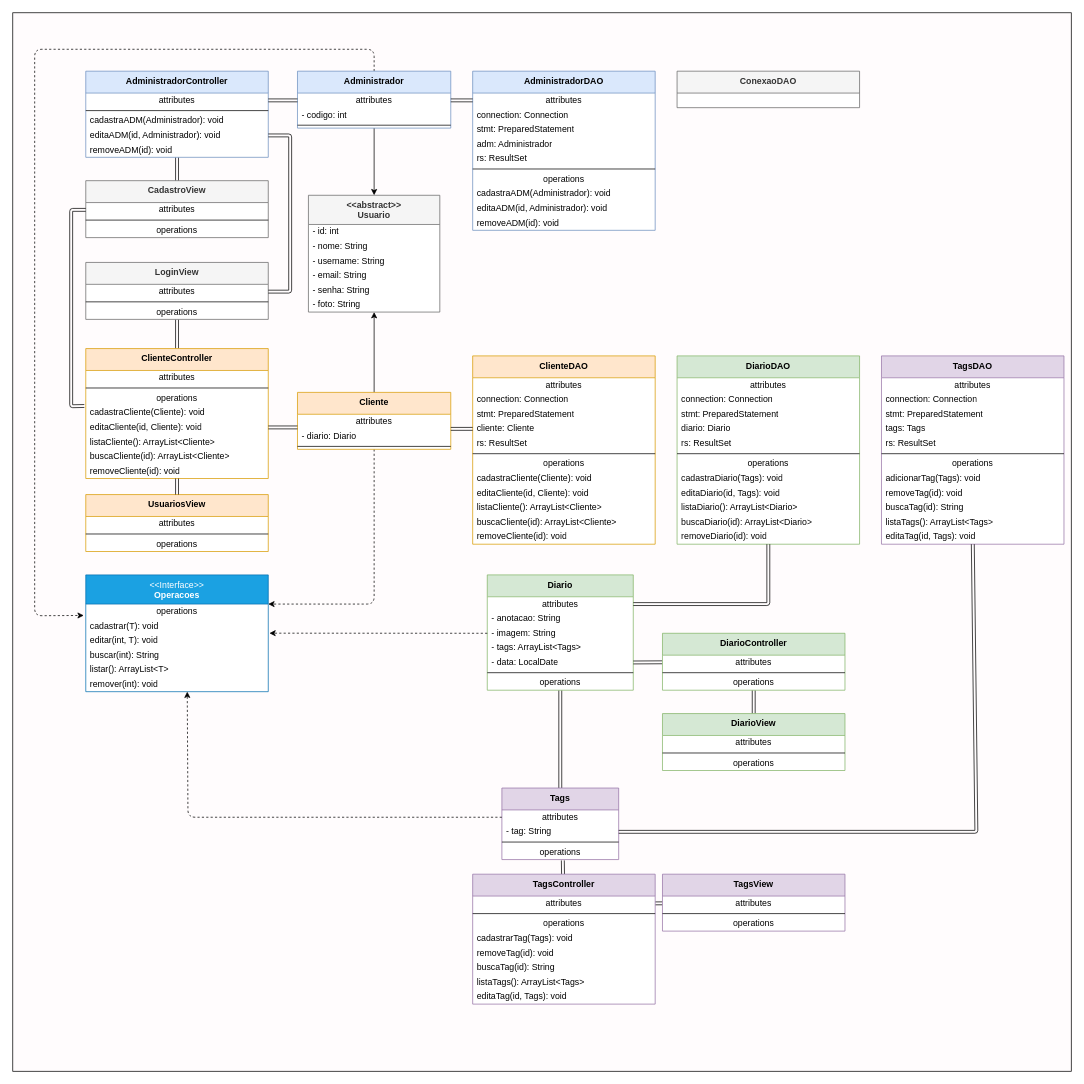
This is Documentação/diagramaUML.drawio from laisvarela/DiarioProjeto, a draw.io file, before an edit. Source tidied: cells renumbered, new cells numbered last; positions are measured from the earlier drawing's top-left corner, leaving out a move shared by most shapes. Both pictures are drawn from the tidied source at 73%, with x=0, y=0 at pixel (12, 12).
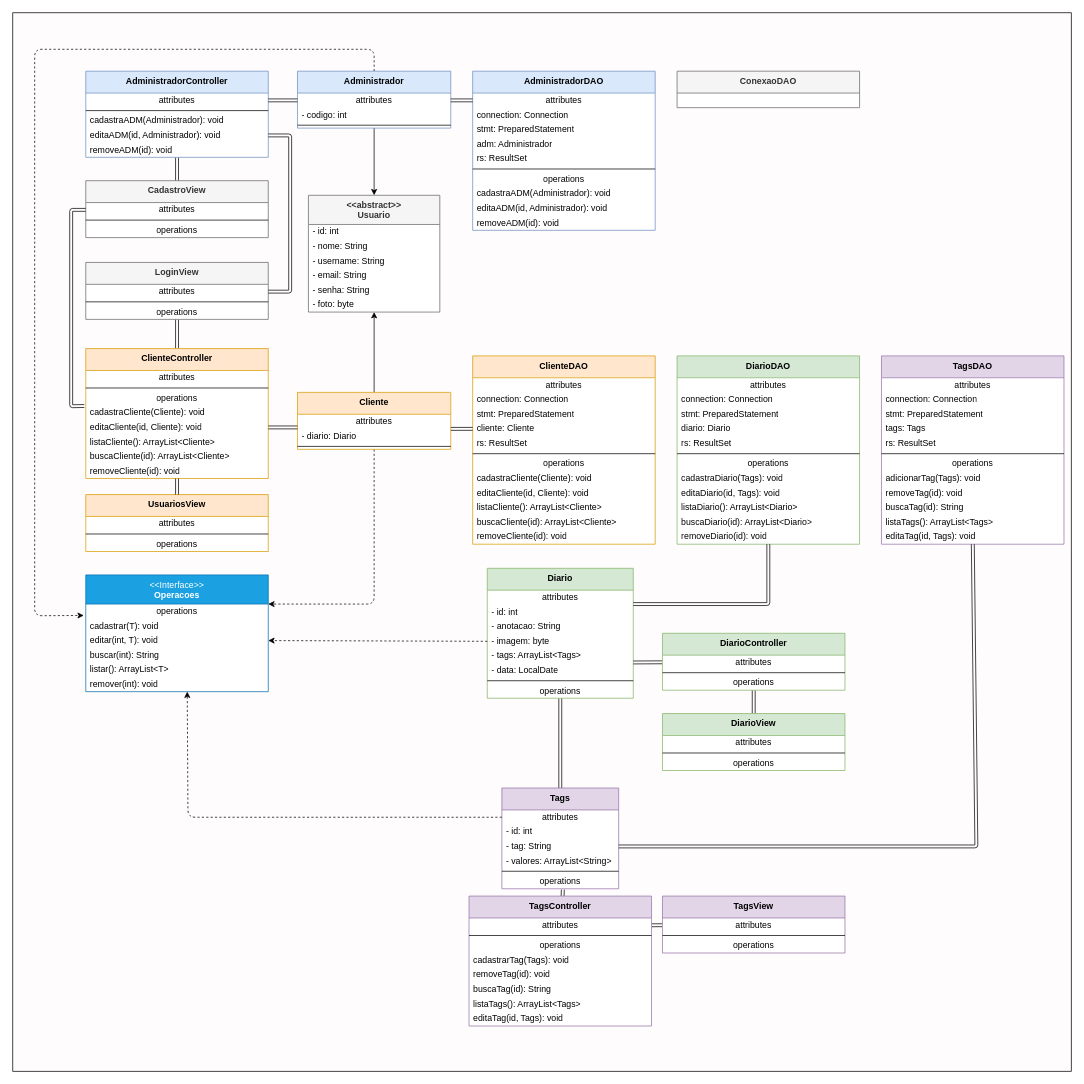
After the change.

Unchanged cells that the change refers to:
```xml
<mxCell id="9" value="&lt;div&gt;&lt;b style=&quot;background-color: transparent;&quot;&gt;&amp;lt;&amp;lt;abstract&amp;gt;&amp;gt;&lt;/b&gt;&lt;/div&gt;&lt;div&gt;&lt;b style=&quot;background-color: transparent;&quot;&gt;Usuario&lt;/b&gt;&lt;/div&gt;" style="swimlane;fontStyle=0;align=center;verticalAlign=top;horizontal=1;startSize=40;html=1;whiteSpace=wrap;fillColor=#f5f5f5;strokeColor=#666666;fontColor=#333333;swimlaneFillColor=default;" parent="1" vertex="1">
  <mxGeometry x="405" y="250" width="180" height="160" as="geometry" />
</mxCell>
<mxCell id="46" value="attributes" style="text;html=1;strokeColor=none;fillColor=none;align=center;verticalAlign=middle;spacingLeft=4;spacingRight=4;overflow=hidden;points=[[0,0.5],[1,0.5]];portConstraint=eastwest;whiteSpace=wrap;" parent="45" vertex="1">
  <mxGeometry y="30" width="200" height="20" as="geometry" />
</mxCell>
<mxCell id="88" value="removeDiario(id): void" style="text;html=1;strokeColor=none;fillColor=none;align=left;verticalAlign=middle;spacingLeft=4;spacingRight=4;overflow=hidden;points=[[0,0.5],[1,0.5]];portConstraint=eastwest;whiteSpace=wrap;" parent="76" vertex="1">
  <mxGeometry y="238" width="250" height="20" as="geometry" />
</mxCell>
<mxCell id="123" value="editaTag(id, Tags): void" style="text;html=1;strokeColor=none;fillColor=none;align=left;verticalAlign=middle;spacingLeft=4;spacingRight=4;overflow=hidden;points=[[0,0.5],[1,0.5]];portConstraint=eastwest;whiteSpace=wrap;" parent="111" vertex="1">
  <mxGeometry y="238" width="250" height="20" as="geometry" />
</mxCell>
<mxCell id="151" value="editar(int, T): void" style="text;html=1;strokeColor=none;fillColor=none;align=left;verticalAlign=middle;spacingLeft=4;spacingRight=4;overflow=hidden;points=[[0,0.5],[1,0.5]];portConstraint=eastwest;whiteSpace=wrap;" parent="148" vertex="1">
  <mxGeometry y="80" width="250" height="20" as="geometry" />
</mxCell>
```

What changed in the source:
```diff
@@
-    <mxCell id="15" value="- foto: String" style="text;html=1;strokeColor=none;fillColor=none;align=left;verticalAlign=middle;spacingLeft=4;spacingRight=4;overflow=hidden;points=[[0,0.5],[1,0.5]];portConstraint=eastwest;whiteSpace=wrap;" parent="9" vertex="1">
+    <mxCell id="15" value="- foto: byte" style="text;html=1;strokeColor=none;fillColor=none;align=left;verticalAlign=middle;spacingLeft=4;spacingRight=4;overflow=hidden;points=[[0,0.5],[1,0.5]];portConstraint=eastwest;whiteSpace=wrap;" parent="9" vertex="1">
       <mxGeometry y="140" width="180" height="20" as="geometry" />
     </mxCell>
@@
     <mxCell id="40" value="&lt;div&gt;&lt;b style=&quot;background-color: transparent;&quot;&gt;Tags&lt;/b&gt;&lt;/div&gt;" style="swimlane;fontStyle=0;align=center;verticalAlign=top;horizontal=1;startSize=30;html=1;whiteSpace=wrap;fillColor=#e1d5e7;strokeColor=#9673a6;swimlaneFillColor=default;" parent="1" vertex="1">
-      <mxGeometry x="670" y="1062" width="160" height="98" as="geometry" />
+      <mxGeometry x="670" y="1062" width="160" height="138" as="geometry" />
     </mxCell>
@@
+    <mxCell id="159" value="- id: int" style="text;html=1;strokeColor=none;fillColor=none;align=left;verticalAlign=middle;spacingLeft=4;spacingRight=4;overflow=hidden;whiteSpace=wrap;" parent="40" vertex="1">
+      <mxGeometry y="50" width="160" height="20" as="geometry" />
+    </mxCell>
     <mxCell id="42" value="- tag: String" style="text;html=1;strokeColor=none;fillColor=none;align=left;verticalAlign=middle;spacingLeft=4;spacingRight=4;overflow=hidden;points=[[0,0.5],[1,0.5]];portConstraint=eastwest;whiteSpace=wrap;" parent="40" vertex="1">
-      <mxGeometry y="50" width="160" height="20" as="geometry" />
+      <mxGeometry y="70" width="160" height="20" as="geometry" />
     </mxCell>
+    <mxCell id="160" value="- valores: ArrayList&amp;lt;String&amp;gt;" style="text;html=1;strokeColor=none;fillColor=none;align=left;verticalAlign=middle;spacingLeft=4;spacingRight=4;overflow=hidden;whiteSpace=wrap;" parent="40" vertex="1">
+      <mxGeometry y="90" width="160" height="20" as="geometry" />
+    </mxCell>
     <mxCell id="43" style="line;strokeWidth=1;fillColor=none;align=left;verticalAlign=middle;spacingTop=-1;spacingLeft=3;spacingRight=3;labelPosition=right;" parent="40" vertex="1">
-      <mxGeometry y="70" width="160" height="8" as="geometry" />
+      <mxGeometry y="110" width="160" height="8" as="geometry" />
     </mxCell>
     <mxCell id="44" value="operations" style="text;html=1;strokeColor=none;fillColor=none;align=center;verticalAlign=middle;spacingLeft=4;spacingRight=4;overflow=hidden;points=[[0,0.5],[1,0.5]];portConstraint=eastwest;whiteSpace=wrap;" parent="40" vertex="1">
-      <mxGeometry y="78" width="160" height="20" as="geometry" />
+      <mxGeometry y="118" width="160" height="20" as="geometry" />
     </mxCell>
     <mxCell id="45" value="&lt;b&gt;Diario&lt;/b&gt;" style="swimlane;fontStyle=0;align=center;verticalAlign=top;horizontal=1;startSize=30;html=1;whiteSpace=wrap;fillColor=#d5e8d4;strokeColor=#82b366;swimlaneFillColor=default;" parent="1" vertex="1">
-      <mxGeometry x="650" y="770" width="200" height="158" as="geometry" />
+      <mxGeometry x="650" y="761" width="200" height="178" as="geometry" />
     </mxCell>
@@
-    <mxCell id="47" value="- anotacao: String" style="text;html=1;strokeColor=none;fillColor=none;align=left;verticalAlign=middle;spacingLeft=4;spacingRight=4;overflow=hidden;whiteSpace=wrap;" parent="45" vertex="1">
+    <mxCell id="47" value="- id: int" style="text;html=1;strokeColor=none;fillColor=none;align=left;verticalAlign=middle;spacingLeft=4;spacingRight=4;overflow=hidden;whiteSpace=wrap;" parent="45" vertex="1">
       <mxGeometry y="50" width="200" height="20" as="geometry" />
     </mxCell>
+    <mxCell id="161" value="- anotacao: String" style="text;html=1;strokeColor=none;fillColor=none;align=left;verticalAlign=middle;spacingLeft=4;spacingRight=4;overflow=hidden;whiteSpace=wrap;" parent="45" vertex="1">
+      <mxGeometry y="70" width="200" height="20" as="geometry" />
+    </mxCell>
-    <mxCell id="48" value="- imagem: String" style="text;html=1;strokeColor=none;fillColor=none;align=left;verticalAlign=middle;spacingLeft=4;spacingRight=4;overflow=hidden;points=[[0,0.5],[1,0.5]];portConstraint=eastwest;whiteSpace=wrap;" parent="45" vertex="1">
-      <mxGeometry y="70" width="200" height="20" as="geometry" />
+    <mxCell id="48" value="- imagem: byte" style="text;html=1;strokeColor=none;fillColor=none;align=left;verticalAlign=middle;spacingLeft=4;spacingRight=4;overflow=hidden;points=[[0,0.5],[1,0.5]];portConstraint=eastwest;whiteSpace=wrap;" parent="45" vertex="1">
+      <mxGeometry y="90" width="200" height="20" as="geometry" />
     </mxCell>
     <mxCell id="49" value="- tags: ArrayList&amp;lt;Tags&amp;gt;" style="text;html=1;strokeColor=none;fillColor=none;align=left;verticalAlign=middle;spacingLeft=4;spacingRight=4;overflow=hidden;whiteSpace=wrap;" parent="45" vertex="1">
-      <mxGeometry y="90" width="200" height="20" as="geometry" />
+      <mxGeometry y="110" width="200" height="20" as="geometry" />
     </mxCell>
     <mxCell id="50" value="- data: LocalDate" style="text;html=1;strokeColor=none;fillColor=none;align=left;verticalAlign=middle;spacingLeft=4;spacingRight=4;overflow=hidden;whiteSpace=wrap;" parent="45" vertex="1">
-      <mxGeometry y="110" width="200" height="20" as="geometry" />
+      <mxGeometry y="130" width="200" height="20" as="geometry" />
     </mxCell>
     <mxCell id="51" style="line;strokeWidth=1;fillColor=none;align=left;verticalAlign=middle;spacingTop=-1;spacingLeft=3;spacingRight=3;labelPosition=right;" parent="45" vertex="1">
-      <mxGeometry y="130" width="200" height="8" as="geometry" />
+      <mxGeometry y="150" width="200" height="8" as="geometry" />
     </mxCell>
     <mxCell id="52" value="operations" style="text;html=1;strokeColor=none;fillColor=none;align=center;verticalAlign=middle;spacingLeft=4;spacingRight=4;overflow=hidden;points=[[0,0.5],[1,0.5]];portConstraint=eastwest;whiteSpace=wrap;" parent="45" vertex="1">
-      <mxGeometry y="138" width="200" height="20" as="geometry" />
+      <mxGeometry y="158" width="200" height="20" as="geometry" />
     </mxCell>
@@
     <mxCell id="68" value="&lt;div&gt;&lt;b style=&quot;background-color: transparent;&quot;&gt;TagsView&lt;/b&gt;&lt;/div&gt;&lt;div&gt;&lt;b style=&quot;background-color: transparent;&quot;&gt;&lt;br&gt;&lt;/b&gt;&lt;/div&gt;" style="swimlane;fontStyle=0;align=center;verticalAlign=top;horizontal=1;startSize=30;html=1;whiteSpace=wrap;fillColor=#e1d5e7;strokeColor=#9673a6;swimlaneFillColor=default;" parent="1" vertex="1">
-      <mxGeometry x="890" y="1180" width="250" height="78" as="geometry" />
+      <mxGeometry x="890" y="1210" width="250" height="78" as="geometry" />
     </mxCell>
@@
     <mxCell id="137" value="&lt;div&gt;&lt;b style=&quot;background-color: transparent;&quot;&gt;TagsController&lt;/b&gt;&lt;/div&gt;" style="swimlane;fontStyle=0;align=center;verticalAlign=top;horizontal=1;startSize=30;html=1;whiteSpace=wrap;fillColor=#e1d5e7;strokeColor=#9673a6;swimlaneFillColor=default;" parent="1" vertex="1">
-      <mxGeometry x="630" y="1180" width="250" height="178" as="geometry" />
+      <mxGeometry x="625" y="1210" width="250" height="178" as="geometry" />
     </mxCell>
@@
-    <mxCell id="155" style="edgeStyle=none;html=1;exitX=0;exitY=0.5;exitDx=0;exitDy=0;entryX=1.006;entryY=-0.007;entryDx=0;entryDy=0;entryPerimeter=0;dashed=1;" parent="1" edge="1" source="48" target="151">
-      <mxGeometry relative="1" as="geometry" />
-    </mxCell>
@@
     <mxCell id="157" style="edgeStyle=none;html=1;exitX=1;exitY=0.5;exitDx=0;exitDy=0;shape=link;" parent="1" edge="1" source="42" target="123">
       <mxGeometry relative="1" as="geometry">
         <Array as="points">
-          <mxPoint x="1320" y="1122" />
+          <mxPoint x="1320" y="1142" />
         </Array>
       </mxGeometry>
     </mxCell>
-    <mxCell id="158" style="edgeStyle=none;html=1;exitX=1;exitY=0.5;exitDx=0;exitDy=0;shape=link;" parent="1" edge="1" source="46" target="88">
+    <mxCell id="158" style="edgeStyle=none;html=1;shape=link;" parent="1" edge="1" target="88">
       <mxGeometry relative="1" as="geometry">
+        <mxPoint x="850" y="810" as="sourcePoint" />
         <Array as="points">
           <mxPoint x="1035" y="810" />
         </Array>
       </mxGeometry>
     </mxCell>
+    <mxCell id="155" style="edgeStyle=none;html=1;exitX=0;exitY=0.5;exitDx=0;exitDy=0;entryX=1;entryY=0.5;entryDx=0;entryDy=0;dashed=1;" parent="1" edge="1" source="48" target="151">
+      <mxGeometry relative="1" as="geometry" />
+    </mxCell>
```
